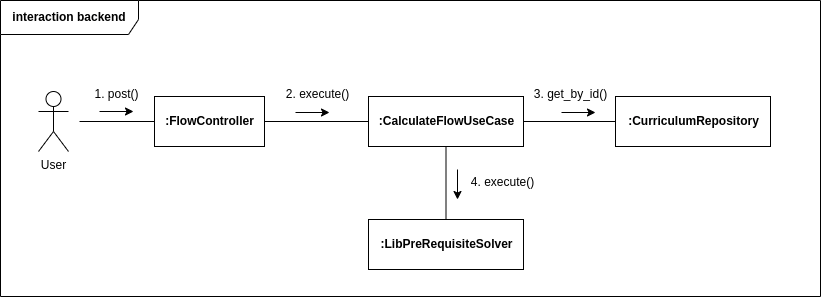
UnBArqDsw2022-1/2022.1_G4_FluxoAgil keeps this draw.io diagram as docs/images/modelagem/diagramas-dinamicos-comunicacao.png. Above is the earlier version. Source tidied: cells renumbered, new cells last; positions are measured from the earlier drawing's top-left corner, leaving out a move shared by most shapes. The source it was exported from:
```xml
<mxGraphModel>
  <root>
    <mxCell id="0" />
    <mxCell id="1" parent="0" />
    <mxCell id="2" value="&lt;b&gt;interaction backend&lt;/b&gt;" style="shape=umlFrame;whiteSpace=wrap;html=1;fillColor=none;width=138;height=34;" parent="1" vertex="1">
      <mxGeometry width="820" height="296" as="geometry" />
    </mxCell>
    <mxCell id="3" value="&lt;b&gt;:FlowController&lt;/b&gt;" style="html=1;fillColor=none;" parent="1" vertex="1">
      <mxGeometry x="154" y="96" width="110" height="50" as="geometry" />
    </mxCell>
    <mxCell id="4" style="edgeStyle=orthogonalEdgeStyle;rounded=0;jettySize=auto;html=1;entryX=0.5;entryY=0;entryDx=0;entryDy=0;strokeWidth=1;endArrow=none;endFill=0;" parent="1" edge="1" source="5" target="13">
      <mxGeometry relative="1" as="geometry" />
    </mxCell>
    <mxCell id="5" value="&lt;b&gt;:CalculateFlowUseCase&lt;/b&gt;" style="html=1;fillColor=none;" parent="1" vertex="1">
      <mxGeometry x="368" y="96" width="155" height="50" as="geometry" />
    </mxCell>
    <mxCell id="6" value="User" style="shape=umlActor;verticalLabelPosition=bottom;verticalAlign=top;html=1;fillColor=none;" parent="1" vertex="1">
      <mxGeometry x="38" y="91" width="30" height="60" as="geometry" />
    </mxCell>
    <mxCell id="7" style="endArrow=none;html=1;rounded=0;entryX=0;entryY=0.5;entryDx=0;entryDy=0;" parent="1" edge="1" target="3">
      <mxGeometry relative="1" as="geometry">
        <mxPoint x="79" y="121" as="sourcePoint" />
      </mxGeometry>
    </mxCell>
    <mxCell id="8" value="1. post()" style="text;html=1;align=center;verticalAlign=middle;strokeColor=none;fillColor=none;" parent="1" vertex="1">
      <mxGeometry x="85" y="81" width="62" height="26" as="geometry" />
    </mxCell>
    <mxCell id="9" style="endArrow=classic;html=1;rounded=0;" parent="1" edge="1">
      <mxGeometry relative="1" as="geometry">
        <mxPoint x="99" y="111" as="sourcePoint" />
        <mxPoint x="133" y="111" as="targetPoint" />
      </mxGeometry>
    </mxCell>
    <mxCell id="10" value="2. execute()" style="text;html=1;align=center;verticalAlign=middle;strokeColor=none;fillColor=none;" parent="1" vertex="1">
      <mxGeometry x="276" y="81" width="81" height="26" as="geometry" />
    </mxCell>
    <mxCell id="11" style="endArrow=none;html=1;rounded=0;entryX=0;entryY=0.5;entryDx=0;entryDy=0;exitX=1;exitY=0.5;exitDx=0;exitDy=0;" parent="1" edge="1" source="3" target="5">
      <mxGeometry relative="1" as="geometry" />
    </mxCell>
    <mxCell id="12" style="endArrow=classic;html=1;rounded=0;" parent="1" edge="1">
      <mxGeometry relative="1" as="geometry">
        <mxPoint x="295" y="112" as="sourcePoint" />
        <mxPoint x="329" y="112" as="targetPoint" />
      </mxGeometry>
    </mxCell>
    <mxCell id="13" value="&lt;b&gt;:LibPreRequisiteSolver&lt;/b&gt;" style="html=1;fillColor=none;" parent="1" vertex="1">
      <mxGeometry x="368" y="219" width="155" height="50" as="geometry" />
    </mxCell>
    <mxCell id="14" value="4. execute()" style="text;html=1;align=center;verticalAlign=middle;strokeColor=none;fillColor=none;" parent="1" vertex="1">
      <mxGeometry x="461" y="169" width="81" height="26" as="geometry" />
    </mxCell>
    <mxCell id="15" style="endArrow=classic;html=1;rounded=0;" parent="1" edge="1">
      <mxGeometry relative="1" as="geometry">
        <mxPoint x="457" y="169" as="sourcePoint" />
        <mxPoint x="457" y="199" as="targetPoint" />
      </mxGeometry>
    </mxCell>
    <mxCell id="16" value="&lt;b&gt;:CurriculumRepository&lt;/b&gt;" style="html=1;fillColor=none;" parent="1" vertex="1">
      <mxGeometry x="615" y="96" width="155" height="50" as="geometry" />
    </mxCell>
    <mxCell id="17" style="endArrow=none;html=1;rounded=0;entryX=0;entryY=0.5;entryDx=0;entryDy=0;exitX=1;exitY=0.5;exitDx=0;exitDy=0;" parent="1" edge="1" source="5" target="16">
      <mxGeometry relative="1" as="geometry" />
    </mxCell>
    <mxCell id="18" value="3. get_by_id()" style="text;html=1;align=center;verticalAlign=middle;strokeColor=none;fillColor=none;" parent="1" vertex="1">
      <mxGeometry x="524" y="81" width="91" height="26" as="geometry" />
    </mxCell>
    <mxCell id="19" style="endArrow=classic;html=1;rounded=0;" parent="1" edge="1">
      <mxGeometry relative="1" as="geometry">
        <mxPoint x="561" y="112" as="sourcePoint" />
        <mxPoint x="595" y="112" as="targetPoint" />
      </mxGeometry>
    </mxCell>
  </root>
</mxGraphModel>
```
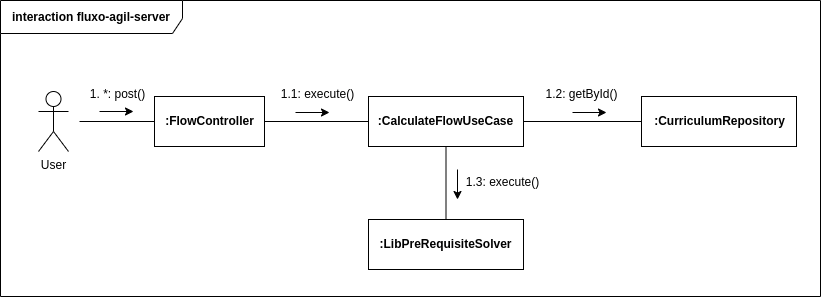
Later version of the same file.

Commit message:
docs: atualiza diagrama

Change to the diagram source:
```diff
@@ -2,72 +2,72 @@
   <root>
     <mxCell id="0" />
     <mxCell id="1" parent="0" />
-    <mxCell id="2" value="&lt;b&gt;interaction backend&lt;/b&gt;" style="shape=umlFrame;whiteSpace=wrap;html=1;fillColor=none;width=138;height=34;" parent="1" vertex="1">
-      <mxGeometry width="820" height="296" as="geometry" />
+    <mxCell id="2" value="&lt;b&gt;interaction fluxo-agil-server&lt;/b&gt;" style="shape=umlFrame;whiteSpace=wrap;html=1;fillColor=none;width=182;height=33;" parent="1" vertex="1">
+      <mxGeometry x="-68" y="2" width="820" height="296" as="geometry" />
     </mxCell>
     <mxCell id="3" value="&lt;b&gt;:FlowController&lt;/b&gt;" style="html=1;fillColor=none;" parent="1" vertex="1">
-      <mxGeometry x="154" y="96" width="110" height="50" as="geometry" />
+      <mxGeometry x="86" y="98" width="110" height="50" as="geometry" />
     </mxCell>
     <mxCell id="4" style="edgeStyle=orthogonalEdgeStyle;rounded=0;jettySize=auto;html=1;entryX=0.5;entryY=0;entryDx=0;entryDy=0;strokeWidth=1;endArrow=none;endFill=0;" parent="1" edge="1" source="5" target="13">
       <mxGeometry relative="1" as="geometry" />
     </mxCell>
     <mxCell id="5" value="&lt;b&gt;:CalculateFlowUseCase&lt;/b&gt;" style="html=1;fillColor=none;" parent="1" vertex="1">
-      <mxGeometry x="368" y="96" width="155" height="50" as="geometry" />
+      <mxGeometry x="300" y="98" width="155" height="50" as="geometry" />
     </mxCell>
     <mxCell id="6" value="User" style="shape=umlActor;verticalLabelPosition=bottom;verticalAlign=top;html=1;fillColor=none;" parent="1" vertex="1">
-      <mxGeometry x="38" y="91" width="30" height="60" as="geometry" />
+      <mxGeometry x="-30" y="93" width="30" height="60" as="geometry" />
     </mxCell>
     <mxCell id="7" style="endArrow=none;html=1;rounded=0;entryX=0;entryY=0.5;entryDx=0;entryDy=0;" parent="1" edge="1" target="3">
       <mxGeometry relative="1" as="geometry">
-        <mxPoint x="79" y="121" as="sourcePoint" />
+        <mxPoint x="11" y="123" as="sourcePoint" />
       </mxGeometry>
     </mxCell>
-    <mxCell id="8" value="1. post()" style="text;html=1;align=center;verticalAlign=middle;strokeColor=none;fillColor=none;" parent="1" vertex="1">
-      <mxGeometry x="85" y="81" width="62" height="26" as="geometry" />
+    <mxCell id="8" value="1. *: post()" style="text;html=1;align=center;verticalAlign=middle;strokeColor=none;fillColor=none;" parent="1" vertex="1">
+      <mxGeometry x="12" y="83" width="73" height="26" as="geometry" />
     </mxCell>
     <mxCell id="9" style="endArrow=classic;html=1;rounded=0;" parent="1" edge="1">
       <mxGeometry relative="1" as="geometry">
-        <mxPoint x="99" y="111" as="sourcePoint" />
-        <mxPoint x="133" y="111" as="targetPoint" />
+        <mxPoint x="31" y="113" as="sourcePoint" />
+        <mxPoint x="65" y="113" as="targetPoint" />
       </mxGeometry>
     </mxCell>
-    <mxCell id="10" value="2. execute()" style="text;html=1;align=center;verticalAlign=middle;strokeColor=none;fillColor=none;" parent="1" vertex="1">
-      <mxGeometry x="276" y="81" width="81" height="26" as="geometry" />
+    <mxCell id="10" value="1.1: execute()" style="text;html=1;align=center;verticalAlign=middle;strokeColor=none;fillColor=none;" parent="1" vertex="1">
+      <mxGeometry x="203" y="83" width="91" height="26" as="geometry" />
     </mxCell>
     <mxCell id="11" style="endArrow=none;html=1;rounded=0;entryX=0;entryY=0.5;entryDx=0;entryDy=0;exitX=1;exitY=0.5;exitDx=0;exitDy=0;" parent="1" edge="1" source="3" target="5">
       <mxGeometry relative="1" as="geometry" />
     </mxCell>
     <mxCell id="12" style="endArrow=classic;html=1;rounded=0;" parent="1" edge="1">
       <mxGeometry relative="1" as="geometry">
-        <mxPoint x="295" y="112" as="sourcePoint" />
-        <mxPoint x="329" y="112" as="targetPoint" />
+        <mxPoint x="227" y="114" as="sourcePoint" />
+        <mxPoint x="261" y="114" as="targetPoint" />
       </mxGeometry>
     </mxCell>
     <mxCell id="13" value="&lt;b&gt;:LibPreRequisiteSolver&lt;/b&gt;" style="html=1;fillColor=none;" parent="1" vertex="1">
-      <mxGeometry x="368" y="219" width="155" height="50" as="geometry" />
+      <mxGeometry x="300" y="221" width="155" height="50" as="geometry" />
     </mxCell>
-    <mxCell id="14" value="4. execute()" style="text;html=1;align=center;verticalAlign=middle;strokeColor=none;fillColor=none;" parent="1" vertex="1">
-      <mxGeometry x="461" y="169" width="81" height="26" as="geometry" />
+    <mxCell id="14" value="1.3: execute()" style="text;html=1;align=center;verticalAlign=middle;strokeColor=none;fillColor=none;" parent="1" vertex="1">
+      <mxGeometry x="388" y="171" width="91" height="26" as="geometry" />
     </mxCell>
     <mxCell id="15" style="endArrow=classic;html=1;rounded=0;" parent="1" edge="1">
       <mxGeometry relative="1" as="geometry">
-        <mxPoint x="457" y="169" as="sourcePoint" />
-        <mxPoint x="457" y="199" as="targetPoint" />
+        <mxPoint x="389" y="171" as="sourcePoint" />
+        <mxPoint x="389" y="201" as="targetPoint" />
       </mxGeometry>
     </mxCell>
     <mxCell id="16" value="&lt;b&gt;:CurriculumRepository&lt;/b&gt;" style="html=1;fillColor=none;" parent="1" vertex="1">
-      <mxGeometry x="615" y="96" width="155" height="50" as="geometry" />
+      <mxGeometry x="573" y="98" width="155" height="50" as="geometry" />
     </mxCell>
     <mxCell id="17" style="endArrow=none;html=1;rounded=0;entryX=0;entryY=0.5;entryDx=0;entryDy=0;exitX=1;exitY=0.5;exitDx=0;exitDy=0;" parent="1" edge="1" source="5" target="16">
       <mxGeometry relative="1" as="geometry" />
     </mxCell>
-    <mxCell id="18" value="3. get_by_id()" style="text;html=1;align=center;verticalAlign=middle;strokeColor=none;fillColor=none;" parent="1" vertex="1">
-      <mxGeometry x="524" y="81" width="91" height="26" as="geometry" />
+    <mxCell id="18" value="1.2: getById()" style="text;html=1;align=center;verticalAlign=middle;strokeColor=none;fillColor=none;" parent="1" vertex="1">
+      <mxGeometry x="468" y="83" width="90" height="26" as="geometry" />
     </mxCell>
     <mxCell id="19" style="endArrow=classic;html=1;rounded=0;" parent="1" edge="1">
       <mxGeometry relative="1" as="geometry">
-        <mxPoint x="561" y="112" as="sourcePoint" />
-        <mxPoint x="595" y="112" as="targetPoint" />
+        <mxPoint x="504" y="114" as="sourcePoint" />
+        <mxPoint x="538" y="114" as="targetPoint" />
       </mxGeometry>
     </mxCell>
   </root>
```
